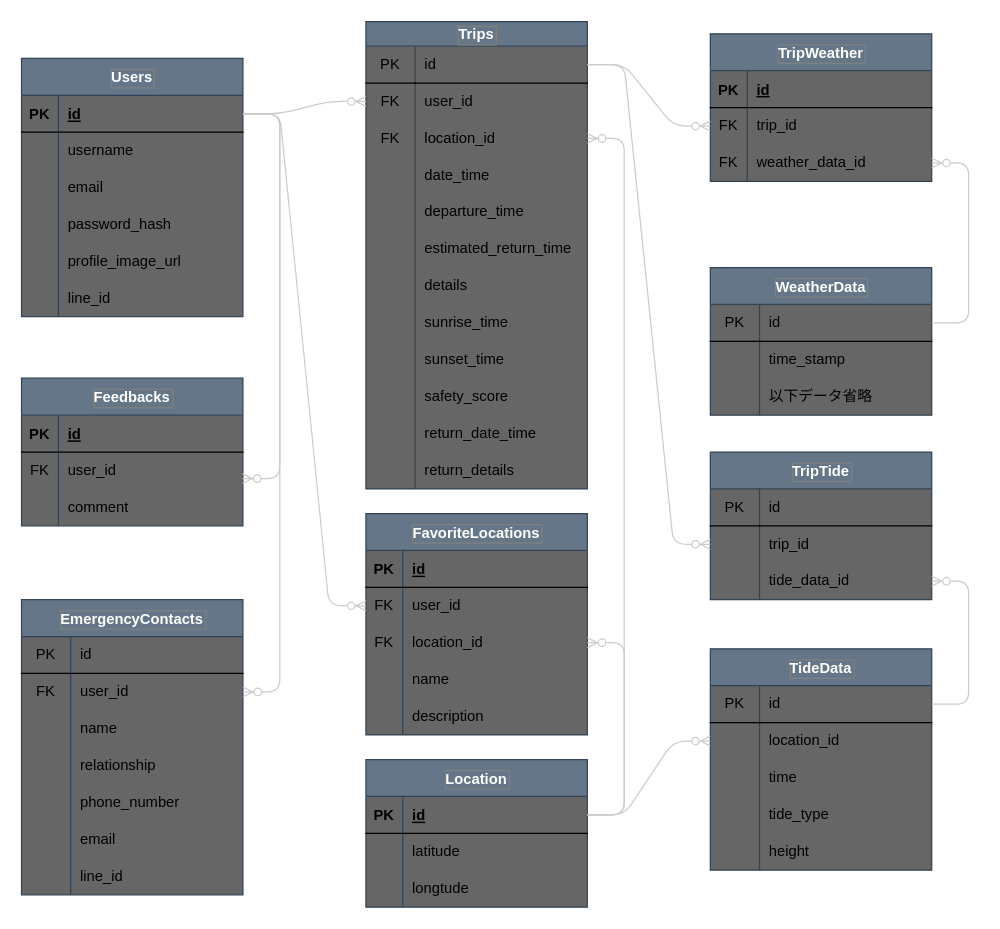
Above: 開発設計書/DB/ER.drawio in ragna1123/safety_kayak_fishing_documents (draw.io), before the change. Source tidied: cells renumbered, new cells numbered last; positions are measured from the earlier drawing's top-left corner, leaving out a move shared by most shapes. Both pictures are drawn from the tidied source at 123%, with x=0, y=0 at pixel (21, 21).
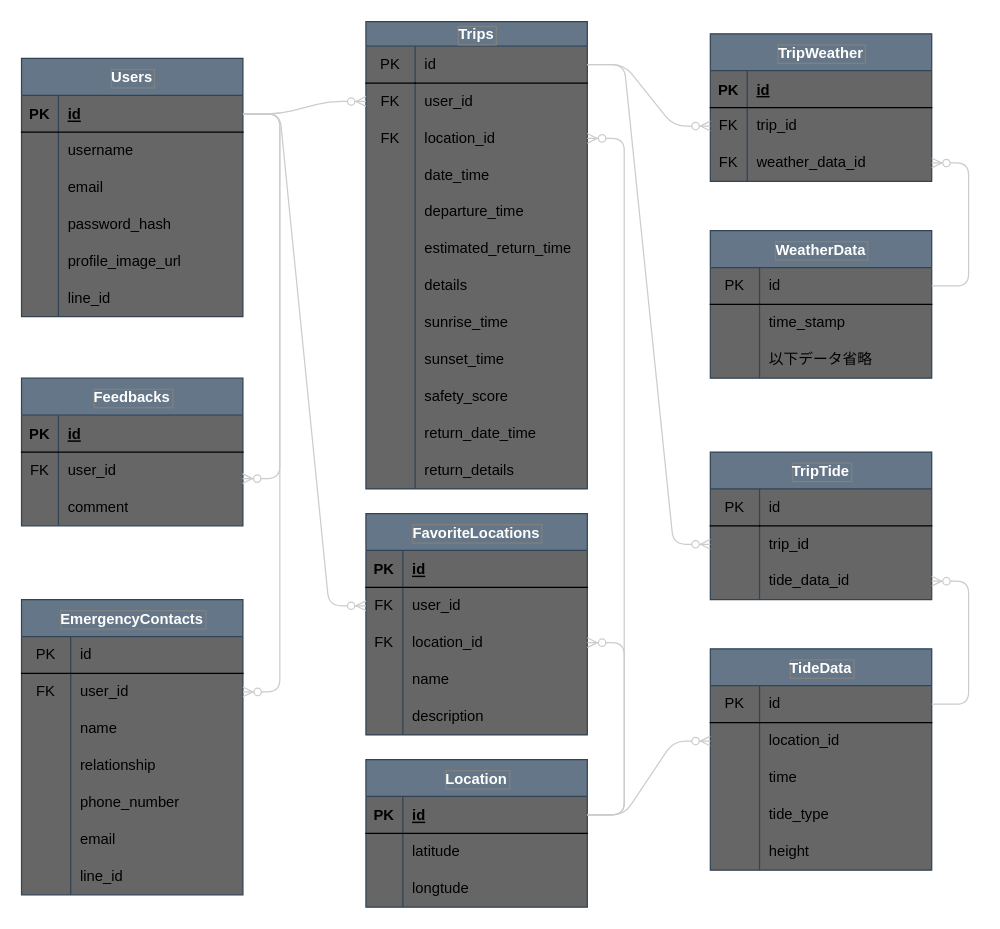
After the change.

The change refers to these unchanged cells:
```xml
<mxCell id="105" style="shape=tableRow;horizontal=0;startSize=0;swimlaneHead=0;swimlaneBody=0;top=0;left=0;bottom=0;right=0;fillColor=none;points=[[0,0.5],[1,0.5]];portConstraint=eastwest;" parent="104" vertex="1">
  <mxGeometry y="30" width="180" height="30" as="geometry" />
</mxCell>
<mxCell id="139" style="shape=tableRow;horizontal=0;startSize=0;swimlaneHead=0;swimlaneBody=0;top=0;left=0;bottom=0;right=0;fillColor=none;points=[[0,0.5],[1,0.5]];portConstraint=eastwest;" parent="132" vertex="1">
  <mxGeometry y="90" width="180" height="30" as="geometry" />
</mxCell>
```

What changed in the source:
```diff
@@
     <mxCell id="104" value="WeatherData" style="shape=table;startSize=30;childLayout=tableLayout;rowLines=0;fontStyle=1;labelBackgroundColor=none;fillColor=#647687;strokeColor=#314354;fontColor=#FFFFFF;swimlaneFillColor=#666666;labelBorderColor=#808080;" parent="1" vertex="1">
-      <mxGeometry x="560" y="200" width="180" height="120" as="geometry" />
+      <mxGeometry x="560" y="170" width="180" height="120" as="geometry" />
     </mxCell>
@@
-    <mxCell id="143" style="edgeStyle=entityRelationEdgeStyle;fontSize=12;html=1;endArrow=ERzeroToMany;endFill=1;strokeColor=#CCCCCC;entryX=1;entryY=0.5;entryDx=0;entryDy=0;exitX=1;exitY=0.5;exitDx=0;exitDy=0;" parent="1" edge="1" source="105" target="139">
-      <mxGeometry relative="1" as="geometry" />
+    <mxCell id="143" style="edgeStyle=entityRelationEdgeStyle;fontSize=12;html=1;endArrow=ERzeroToMany;endFill=1;strokeColor=#CCCCCC;entryX=1;entryY=0.5;entryDx=0;entryDy=0;" parent="1" edge="1" target="139">
+      <mxGeometry relative="1" as="geometry">
+        <mxPoint x="740" y="215" as="sourcePoint" />
+      </mxGeometry>
     </mxCell>
```
